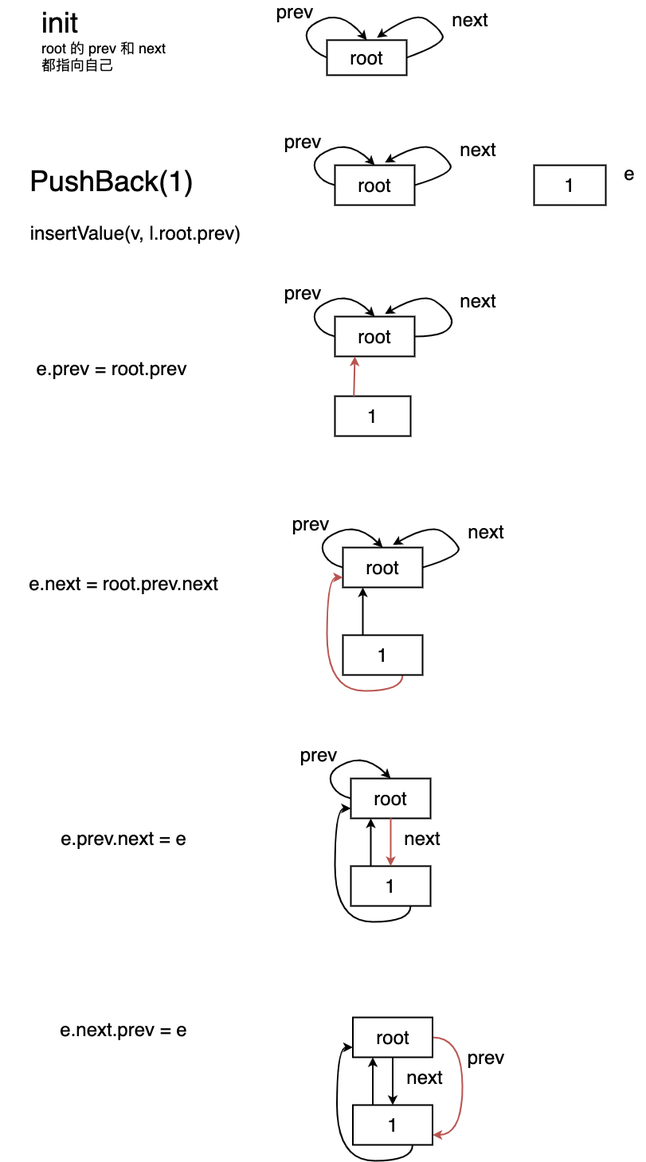
autsu/diagrams keeps this draw.io diagram as go-container/list-source-code.png. Above is the earlier version. Source tidied: cells renumbered, new cells last; positions are measured from the earlier drawing's top-left corner, leaving out a move shared by most shapes.
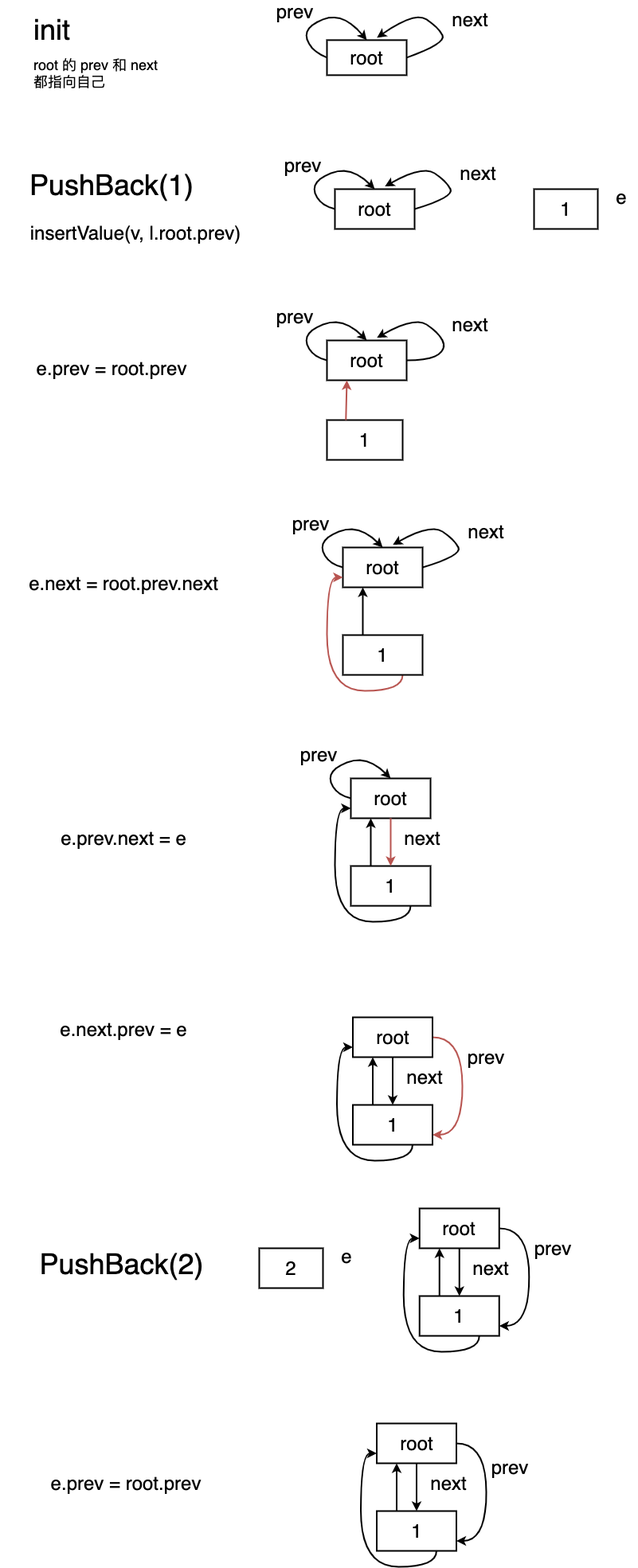
After the commit.

The edit, as a diff of the source:
```diff
@@ -2,38 +2,35 @@
   <root>
     <mxCell id="0" />
     <mxCell id="1" parent="0" />
-    <mxCell id="2" value="&lt;font&gt;&lt;font style=&quot;font-size: 36px&quot;&gt;init&lt;/font&gt;&lt;br&gt;&lt;font style=&quot;font-size: 18px&quot;&gt;root 的 prev 和 next 都指向自己&lt;/font&gt;&lt;br&gt;&lt;/font&gt;" style="text;html=1;strokeColor=none;fillColor=none;align=left;verticalAlign=middle;whiteSpace=wrap;rounded=0;" parent="1" vertex="1">
-      <mxGeometry x="50" y="24.9" width="180" height="40" as="geometry" />
+    <mxCell id="2" value="&lt;font&gt;&lt;font style=&quot;font-size: 36px&quot;&gt;init&lt;/font&gt;&lt;br&gt;&lt;br&gt;&lt;/font&gt;" style="text;html=1;strokeColor=none;fillColor=none;align=left;verticalAlign=middle;whiteSpace=wrap;rounded=0;" parent="1" vertex="1">
+      <mxGeometry x="40" y="19.9" width="180" height="40" as="geometry" />
     </mxCell>
-    <mxCell id="3" value="&lt;font style=&quot;font-size: 36px&quot;&gt;PushBack(1)&lt;/font&gt;" style="text;html=1;strokeColor=none;fillColor=none;align=center;verticalAlign=middle;whiteSpace=wrap;rounded=0;" parent="1" vertex="1">
-      <mxGeometry x="120" y="213" width="40" height="20" as="geometry" />
-    </mxCell>
     <mxCell id="4" value="&lt;font style=&quot;font-size: 24px&quot;&gt;root&lt;/font&gt;" style="rounded=0;whiteSpace=wrap;html=1;strokeWidth=2;" parent="1" vertex="1">
-      <mxGeometry x="420" y="203" width="100" height="50" as="geometry" />
+      <mxGeometry x="420" y="233" width="100" height="50" as="geometry" />
     </mxCell>
     <mxCell id="5" style="curved=1;endArrow=classic;html=1;strokeWidth=2;entryX=0.5;entryY=0;entryDx=0;entryDy=0;exitX=0;exitY=0.5;exitDx=0;exitDy=0;" parent="1" edge="1" source="4" target="4">
       <mxGeometry relative="1" as="geometry">
         <Array as="points">
-          <mxPoint x="400" y="223" />
-          <mxPoint x="390" y="193" />
-          <mxPoint x="440" y="173" />
+          <mxPoint x="400" y="253" />
+          <mxPoint x="390" y="223" />
+          <mxPoint x="440" y="203" />
         </Array>
       </mxGeometry>
     </mxCell>
     <mxCell id="6" value="&lt;font style=&quot;font-size: 24px&quot;&gt;prev&lt;/font&gt;" style="text;html=1;strokeColor=none;fillColor=none;align=center;verticalAlign=middle;whiteSpace=wrap;rounded=0;" parent="1" vertex="1">
-      <mxGeometry x="360" y="163" width="40" height="20" as="geometry" />
+      <mxGeometry x="360" y="193" width="40" height="20" as="geometry" />
     </mxCell>
     <mxCell id="7" style="curved=1;endArrow=classic;html=1;strokeWidth=2;entryX=0.627;entryY=-0.067;entryDx=0;entryDy=0;entryPerimeter=0;exitX=1;exitY=0.5;exitDx=0;exitDy=0;" parent="1" edge="1" source="4" target="4">
       <mxGeometry relative="1" as="geometry">
         <Array as="points">
-          <mxPoint x="570" y="213" />
-          <mxPoint x="560" y="193" />
-          <mxPoint x="530" y="173" />
+          <mxPoint x="570" y="243" />
+          <mxPoint x="560" y="223" />
+          <mxPoint x="530" y="203" />
         </Array>
       </mxGeometry>
     </mxCell>
     <mxCell id="8" value="&lt;font style=&quot;font-size: 24px&quot;&gt;next&lt;/font&gt;" style="text;html=1;strokeColor=none;fillColor=none;align=center;verticalAlign=middle;whiteSpace=wrap;rounded=0;" parent="1" vertex="1">
-      <mxGeometry x="580" y="173" width="40" height="20" as="geometry" />
+      <mxGeometry x="580" y="203" width="40" height="20" as="geometry" />
     </mxCell>
     <mxCell id="9" value="&lt;font style=&quot;font-size: 24px&quot;&gt;root&lt;/font&gt;" style="rounded=0;whiteSpace=wrap;html=1;strokeWidth=2;" parent="1" vertex="1">
       <mxGeometry x="410" y="45.9" width="100" height="44" as="geometry" />
@@ -63,45 +60,45 @@
       <mxGeometry x="570" y="9.9" width="40" height="20" as="geometry" />
     </mxCell>
     <mxCell id="14" value="&lt;font style=&quot;font-size: 24px&quot;&gt;1&lt;/font&gt;" style="rounded=0;whiteSpace=wrap;html=1;strokeWidth=2;" parent="1" vertex="1">
-      <mxGeometry x="670" y="203" width="90" height="50" as="geometry" />
+      <mxGeometry x="670" y="233" width="80" height="50" as="geometry" />
     </mxCell>
     <mxCell id="15" value="&lt;font style=&quot;font-size: 24px&quot;&gt;e&lt;/font&gt;" style="text;html=1;strokeColor=none;fillColor=none;align=center;verticalAlign=middle;whiteSpace=wrap;rounded=0;" parent="1" vertex="1">
-      <mxGeometry x="770" y="203" width="40" height="20" as="geometry" />
+      <mxGeometry x="760" y="233" width="40" height="20" as="geometry" />
     </mxCell>
     <mxCell id="16" value="&lt;font style=&quot;font-size: 24px&quot;&gt;e.prev = root.prev&lt;/font&gt;" style="text;html=1;strokeColor=none;fillColor=none;align=center;verticalAlign=middle;whiteSpace=wrap;rounded=0;" parent="1" vertex="1">
       <mxGeometry x="40" y="453" width="200" height="10" as="geometry" />
     </mxCell>
     <mxCell id="17" value="&lt;font style=&quot;font-size: 24px&quot;&gt;root&lt;/font&gt;" style="rounded=0;whiteSpace=wrap;html=1;strokeWidth=2;" parent="1" vertex="1">
-      <mxGeometry x="420" y="393" width="100" height="50" as="geometry" />
+      <mxGeometry x="410" y="423" width="100" height="50" as="geometry" />
     </mxCell>
     <mxCell id="18" style="curved=1;endArrow=classic;html=1;strokeWidth=2;entryX=0.5;entryY=0;entryDx=0;entryDy=0;exitX=0;exitY=0.5;exitDx=0;exitDy=0;" parent="1" edge="1" source="17" target="17">
       <mxGeometry relative="1" as="geometry">
         <Array as="points">
-          <mxPoint x="400" y="413" />
-          <mxPoint x="390" y="383" />
-          <mxPoint x="440" y="363" />
+          <mxPoint x="390" y="443" />
+          <mxPoint x="380" y="413" />
+          <mxPoint x="430" y="393" />
         </Array>
       </mxGeometry>
     </mxCell>
     <mxCell id="19" value="&lt;font style=&quot;font-size: 24px&quot;&gt;prev&lt;/font&gt;" style="text;html=1;strokeColor=none;fillColor=none;align=center;verticalAlign=middle;whiteSpace=wrap;rounded=0;" parent="1" vertex="1">
-      <mxGeometry x="360" y="353" width="40" height="20" as="geometry" />
+      <mxGeometry x="350" y="383" width="40" height="20" as="geometry" />
     </mxCell>
     <mxCell id="20" style="curved=1;endArrow=classic;html=1;strokeWidth=2;entryX=0.627;entryY=-0.067;entryDx=0;entryDy=0;entryPerimeter=0;" parent="1" edge="1" target="17">
       <mxGeometry relative="1" as="geometry">
-        <mxPoint x="520" y="418" as="sourcePoint" />
+        <mxPoint x="510" y="448" as="sourcePoint" />
         <Array as="points">
-          <mxPoint x="550" y="418" />
-          <mxPoint x="570" y="403" />
-          <mxPoint x="560" y="383" />
-          <mxPoint x="530" y="363" />
+          <mxPoint x="540" y="448" />
+          <mxPoint x="560" y="433" />
+          <mxPoint x="550" y="413" />
+          <mxPoint x="520" y="393" />
         </Array>
       </mxGeometry>
     </mxCell>
     <mxCell id="21" value="&lt;font style=&quot;font-size: 24px&quot;&gt;next&lt;/font&gt;" style="text;html=1;strokeColor=none;fillColor=none;align=center;verticalAlign=middle;whiteSpace=wrap;rounded=0;" parent="1" vertex="1">
-      <mxGeometry x="580" y="363" width="40" height="20" as="geometry" />
+      <mxGeometry x="570" y="393" width="40" height="20" as="geometry" />
     </mxCell>
     <mxCell id="22" value="&lt;font style=&quot;font-size: 24px&quot;&gt;1&lt;/font&gt;" style="rounded=0;whiteSpace=wrap;html=1;strokeWidth=2;" parent="1" vertex="1">
-      <mxGeometry x="420" y="493" width="95" height="50" as="geometry" />
+      <mxGeometry x="410" y="523" width="95" height="50" as="geometry" />
     </mxCell>
     <mxCell id="23" style="endArrow=classic;html=1;strokeWidth=2;fillColor=#f8cecc;strokeColor=#b85450;entryX=0.25;entryY=1;entryDx=0;entryDy=0;exitX=0.25;exitY=0;exitDx=0;exitDy=0;" parent="1" edge="1" source="22" target="17">
       <mxGeometry relative="1" as="geometry" />
@@ -213,5 +210,81 @@
     <mxCell id="51" value="&lt;font style=&quot;font-size: 24px&quot;&gt;e.next.prev = e&lt;/font&gt;" style="text;html=1;strokeColor=none;fillColor=none;align=center;verticalAlign=middle;whiteSpace=wrap;rounded=0;" parent="1" vertex="1">
       <mxGeometry x="10" y="1283" width="290" height="10" as="geometry" />
     </mxCell>
+    <mxCell id="52" value="&lt;span style=&quot;font-size: 36px&quot;&gt;PushBack(2)&lt;/span&gt;" style="text;html=1;strokeColor=none;fillColor=none;align=center;verticalAlign=middle;whiteSpace=wrap;rounded=0;" parent="1" vertex="1">
+      <mxGeometry x="40" y="1563" width="225" height="40" as="geometry" />
+    </mxCell>
+    <mxCell id="53" value="&lt;span style=&quot;font-size: 18px&quot;&gt;root 的 prev 和 next 都指向自己&lt;/span&gt;" style="text;html=1;strokeColor=none;fillColor=none;align=left;verticalAlign=middle;whiteSpace=wrap;rounded=0;" parent="1" vertex="1">
+      <mxGeometry x="40" y="70" width="170" height="33" as="geometry" />
+    </mxCell>
+    <mxCell id="3" value="&lt;span style=&quot;font-size: 36px&quot;&gt;PushBack(1)&lt;/span&gt;" style="text;html=1;strokeColor=none;fillColor=none;align=center;verticalAlign=middle;whiteSpace=wrap;rounded=0;" parent="1" vertex="1">
+      <mxGeometry x="30" y="213" width="220" height="30" as="geometry" />
+    </mxCell>
+    <mxCell id="54" style="edgeStyle=orthogonalEdgeStyle;curved=1;rounded=0;jettySize=auto;html=1;exitX=1;exitY=0.5;exitDx=0;exitDy=0;entryX=1;entryY=0.75;entryDx=0;entryDy=0;strokeWidth=2;" parent="1" edge="1" source="55" target="59">
+      <mxGeometry relative="1" as="geometry">
+        <Array as="points">
+          <mxPoint x="610" y="1808" />
+          <mxPoint x="610" y="1931" />
+        </Array>
+      </mxGeometry>
+    </mxCell>
+    <mxCell id="55" value="&lt;font style=&quot;font-size: 24px&quot;&gt;root&lt;/font&gt;" style="rounded=0;whiteSpace=wrap;html=1;strokeWidth=2;" parent="1" vertex="1">
+      <mxGeometry x="472.5" y="1783" width="100" height="50" as="geometry" />
+    </mxCell>
+    <mxCell id="56" value="&lt;font style=&quot;font-size: 24px&quot;&gt;prev&lt;/font&gt;" style="text;html=1;strokeColor=none;fillColor=none;align=center;verticalAlign=middle;whiteSpace=wrap;rounded=0;" parent="1" vertex="1">
+      <mxGeometry x="620" y="1828" width="40" height="20" as="geometry" />
+    </mxCell>
+    <mxCell id="57" value="&lt;font style=&quot;font-size: 24px&quot;&gt;next&lt;/font&gt;" style="text;html=1;strokeColor=none;fillColor=none;align=center;verticalAlign=middle;whiteSpace=wrap;rounded=0;" parent="1" vertex="1">
+      <mxGeometry x="542.5" y="1848" width="40" height="20" as="geometry" />
+    </mxCell>
+    <mxCell id="58" style="edgeStyle=orthogonalEdgeStyle;curved=1;rounded=0;jettySize=auto;html=1;exitX=0.75;exitY=1;exitDx=0;exitDy=0;entryX=0;entryY=0.75;entryDx=0;entryDy=0;strokeWidth=2;" parent="1" edge="1" source="59" target="55">
+      <mxGeometry relative="1" as="geometry" />
+    </mxCell>
+    <mxCell id="59" value="&lt;font style=&quot;font-size: 24px&quot;&gt;1&lt;/font&gt;" style="rounded=0;whiteSpace=wrap;html=1;strokeWidth=2;" parent="1" vertex="1">
+      <mxGeometry x="472.5" y="1893" width="100" height="50" as="geometry" />
+    </mxCell>
+    <mxCell id="60" style="endArrow=classic;html=1;strokeWidth=2;entryX=0.25;entryY=1;entryDx=0;entryDy=0;exitX=0.25;exitY=0;exitDx=0;exitDy=0;" parent="1" edge="1" source="59" target="55">
+      <mxGeometry relative="1" as="geometry" />
+    </mxCell>
+    <mxCell id="61" style="endArrow=classic;html=1;strokeWidth=2;exitX=0.5;exitY=1;exitDx=0;exitDy=0;entryX=0.5;entryY=0;entryDx=0;entryDy=0;" parent="1" edge="1" source="55" target="59">
+      <mxGeometry relative="1" as="geometry" />
+    </mxCell>
+    <mxCell id="62" value="&lt;font style=&quot;font-size: 24px&quot;&gt;2&lt;/font&gt;" style="rounded=0;whiteSpace=wrap;html=1;strokeWidth=2;" parent="1" vertex="1">
+      <mxGeometry x="325" y="1563" width="80" height="50" as="geometry" />
+    </mxCell>
+    <mxCell id="63" value="&lt;font style=&quot;font-size: 24px&quot;&gt;e&lt;/font&gt;" style="text;html=1;strokeColor=none;fillColor=none;align=center;verticalAlign=middle;whiteSpace=wrap;rounded=0;" parent="1" vertex="1">
+      <mxGeometry x="415" y="1563" width="40" height="20" as="geometry" />
+    </mxCell>
+    <mxCell id="64" value="&lt;font style=&quot;font-size: 24px&quot;&gt;e.prev = root.prev&lt;/font&gt;" style="text;html=1;strokeColor=none;fillColor=none;align=center;verticalAlign=middle;whiteSpace=wrap;rounded=0;" parent="1" vertex="1">
+      <mxGeometry x="57.5" y="1853" width="200" height="10" as="geometry" />
+    </mxCell>
+    <mxCell id="65" style="edgeStyle=orthogonalEdgeStyle;curved=1;rounded=0;jettySize=auto;html=1;exitX=1;exitY=0.5;exitDx=0;exitDy=0;entryX=1;entryY=0.75;entryDx=0;entryDy=0;strokeWidth=2;" parent="1" edge="1" source="66" target="70">
+      <mxGeometry relative="1" as="geometry">
+        <Array as="points">
+          <mxPoint x="663.8" y="1538" />
+          <mxPoint x="663.8" y="1661" />
+        </Array>
+      </mxGeometry>
+    </mxCell>
+    <mxCell id="66" value="&lt;font style=&quot;font-size: 24px&quot;&gt;root&lt;/font&gt;" style="rounded=0;whiteSpace=wrap;html=1;strokeWidth=2;" parent="1" vertex="1">
+      <mxGeometry x="526.2" y="1513" width="100" height="50" as="geometry" />
+    </mxCell>
+    <mxCell id="67" value="&lt;font style=&quot;font-size: 24px&quot;&gt;prev&lt;/font&gt;" style="text;html=1;strokeColor=none;fillColor=none;align=center;verticalAlign=middle;whiteSpace=wrap;rounded=0;" parent="1" vertex="1">
+      <mxGeometry x="673.8" y="1553" width="40" height="20" as="geometry" />
+    </mxCell>
+    <mxCell id="68" value="&lt;font style=&quot;font-size: 24px&quot;&gt;next&lt;/font&gt;" style="text;html=1;strokeColor=none;fillColor=none;align=center;verticalAlign=middle;whiteSpace=wrap;rounded=0;" parent="1" vertex="1">
+      <mxGeometry x="596.2" y="1578" width="40" height="20" as="geometry" />
+    </mxCell>
+    <mxCell id="69" style="edgeStyle=orthogonalEdgeStyle;curved=1;rounded=0;jettySize=auto;html=1;exitX=0.75;exitY=1;exitDx=0;exitDy=0;entryX=0;entryY=0.75;entryDx=0;entryDy=0;strokeWidth=2;" parent="1" edge="1" source="70" target="66">
+      <mxGeometry relative="1" as="geometry" />
+    </mxCell>
+    <mxCell id="70" value="&lt;font style=&quot;font-size: 24px&quot;&gt;1&lt;/font&gt;" style="rounded=0;whiteSpace=wrap;html=1;strokeWidth=2;" parent="1" vertex="1">
+      <mxGeometry x="526.2" y="1623" width="100" height="50" as="geometry" />
+    </mxCell>
+    <mxCell id="71" style="endArrow=classic;html=1;strokeWidth=2;entryX=0.25;entryY=1;entryDx=0;entryDy=0;exitX=0.25;exitY=0;exitDx=0;exitDy=0;" parent="1" edge="1" source="70" target="66">
+      <mxGeometry relative="1" as="geometry" />
+    </mxCell>
+    <mxCell id="72" style="endArrow=classic;html=1;strokeWidth=2;exitX=0.5;exitY=1;exitDx=0;exitDy=0;entryX=0.5;entryY=0;entryDx=0;entryDy=0;" parent="1" edge="1" source="66" target="70">
+      <mxGeometry relative="1" as="geometry" />
+    </mxCell>
   </root>
 </mxGraphModel>
```
